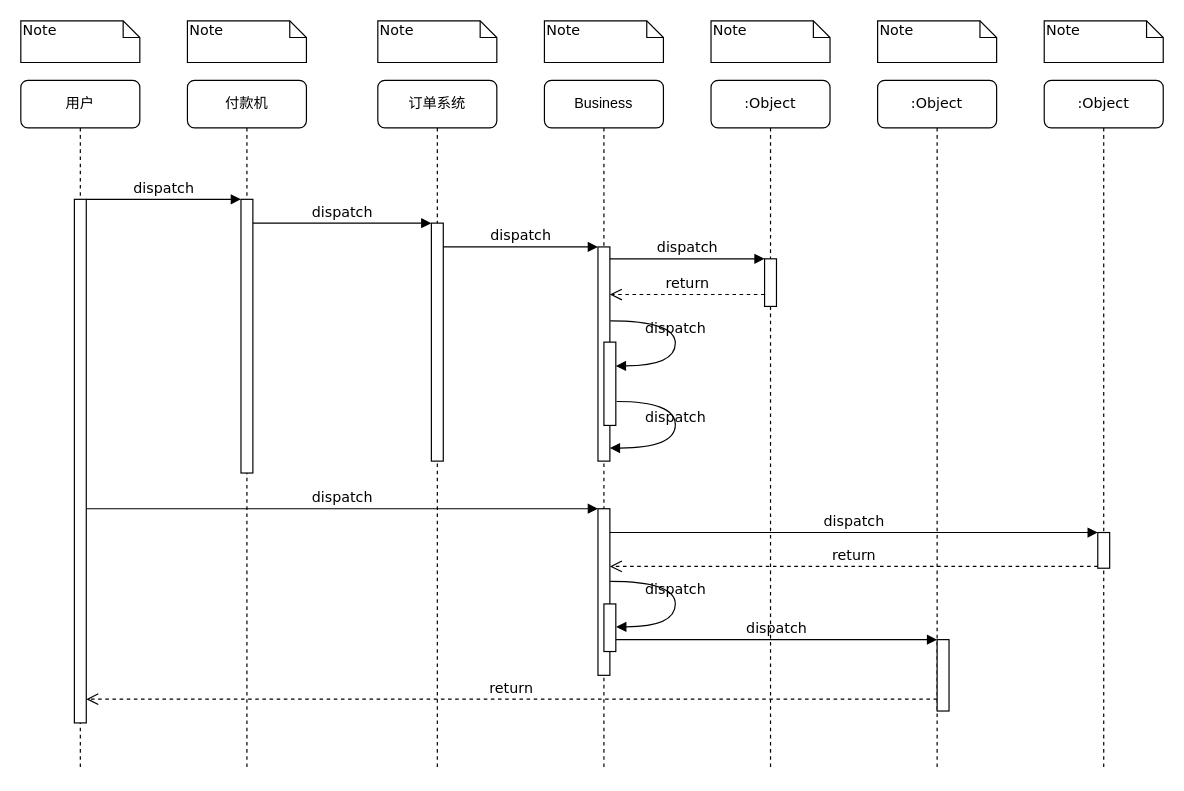
This is 组件时序图.drawio from wdnb/UML, a draw.io file, before an edit. Source tidied: cells renumbered, new cells numbered last; positions are measured from the earlier drawing's top-left corner, leaving out a move shared by most shapes. Both pictures are drawn from the tidied source at 119%, with x=0, y=0 at pixel (20, 20).
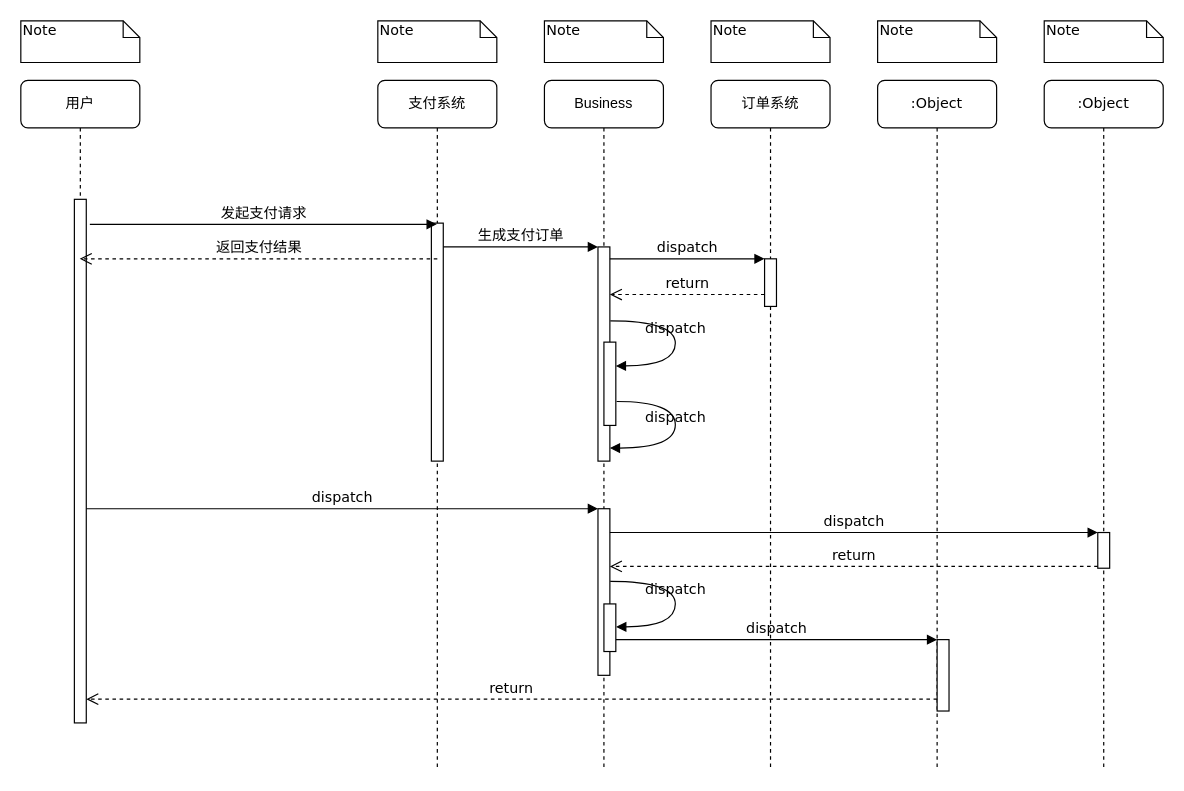
Above is the later version.

Commit message (it also covers changes not shown here):
更新组件时序图.drawio

The change refers to these unchanged cells:
```xml
<mxCell id="5" style="html=1;points=[];perimeter=orthogonalPerimeter;rounded=0;shadow=0;comic=0;labelBackgroundColor=none;strokeWidth=1;fontFamily=Verdana;fontSize=12;align=center;" parent="4" vertex="1">
  <mxGeometry x="45" y="120" width="10" height="200" as="geometry" />
</mxCell>
<mxCell id="11" style="html=1;points=[];perimeter=orthogonalPerimeter;rounded=0;shadow=0;comic=0;labelBackgroundColor=none;strokeWidth=1;fontFamily=Verdana;fontSize=12;align=center;" parent="10" vertex="1">
  <mxGeometry x="45" y="100" width="10" height="440" as="geometry" />
</mxCell>
<mxCell id="12" style="html=1;points=[];perimeter=orthogonalPerimeter;rounded=0;shadow=0;comic=0;labelBackgroundColor=none;strokeWidth=1;fontFamily=Verdana;fontSize=12;align=center;" parent="1" vertex="1">
  <mxGeometry x="485" y="190" width="10" height="180" as="geometry" />
</mxCell>
```

The edit, as a diff of the source:
```diff
@@
-    <mxCell id="2" value="付款机" style="shape=umlLifeline;perimeter=lifelinePerimeter;whiteSpace=wrap;html=1;rounded=1;shadow=0;comic=0;labelBackgroundColor=none;strokeWidth=1;fontFamily=Verdana;fontSize=12;align=center;" parent="1" vertex="1">
-      <mxGeometry x="140" y="50" width="100" height="580" as="geometry" />
-    </mxCell>
-    <mxCell id="3" style="html=1;points=[];perimeter=orthogonalPerimeter;rounded=0;shadow=0;comic=0;labelBackgroundColor=none;strokeWidth=1;fontFamily=Verdana;fontSize=12;align=center;" parent="2" vertex="1">
-      <mxGeometry x="45" y="100" width="10" height="230" as="geometry" />
-    </mxCell>
-    <mxCell id="4" value="订单系统" style="shape=umlLifeline;perimeter=lifelinePerimeter;whiteSpace=wrap;html=1;outlineConnect=0;rounded=1;shadow=0;comic=0;labelBackgroundColor=none;strokeWidth=1;fontFamily=Verdana;fontSize=12;align=center;" parent="1" vertex="1">
+    <mxCell id="4" value="支付系统" style="shape=umlLifeline;perimeter=lifelinePerimeter;whiteSpace=wrap;html=1;outlineConnect=0;rounded=1;shadow=0;comic=0;labelBackgroundColor=none;strokeWidth=1;fontFamily=Verdana;fontSize=12;align=center;" parent="1" vertex="1">
       <mxGeometry x="300" y="50" width="100" height="580" as="geometry" />
     </mxCell>
@@
-    <mxCell id="7" value=":Object" style="shape=umlLifeline;perimeter=lifelinePerimeter;whiteSpace=wrap;html=1;rounded=1;shadow=0;comic=0;labelBackgroundColor=none;strokeWidth=1;fontFamily=Verdana;fontSize=12;align=center;" parent="1" vertex="1">
+    <mxCell id="7" value="订单系统" style="shape=umlLifeline;perimeter=lifelinePerimeter;whiteSpace=wrap;html=1;rounded=1;shadow=0;comic=0;labelBackgroundColor=none;strokeWidth=1;fontFamily=Verdana;fontSize=12;align=center;" parent="1" vertex="1">
       <mxGeometry x="580" y="50" width="100" height="580" as="geometry" />
     </mxCell>
@@
     <mxCell id="10" value="用户" style="shape=umlLifeline;perimeter=lifelinePerimeter;whiteSpace=wrap;html=1;outlineConnect=0;rounded=1;shadow=0;comic=0;labelBackgroundColor=none;strokeWidth=1;fontFamily=Verdana;fontSize=12;align=center;" parent="1" vertex="1">
-      <mxGeometry y="50" width="100" height="580" as="geometry" />
+      <mxGeometry y="50" width="100" height="540" as="geometry" />
     </mxCell>
@@
-    <mxCell id="13" value="dispatch" style="html=1;verticalAlign=bottom;endArrow=block;labelBackgroundColor=none;fontFamily=Verdana;fontSize=12;edgeStyle=elbowEdgeStyle;elbow=vertical;" parent="1" edge="1" source="5" target="12">
+    <mxCell id="13" value="生成支付订单" style="html=1;verticalAlign=bottom;endArrow=block;labelBackgroundColor=none;fontFamily=Verdana;fontSize=12;edgeStyle=elbowEdgeStyle;elbow=vertical;" parent="1" edge="1" source="5" target="12">
       <mxGeometry relative="1" as="geometry">
         <Array as="points">
           <mxPoint x="360" y="190" />
         </Array>
       </mxGeometry>
     </mxCell>
@@
-    <mxCell id="25" value="dispatch" style="html=1;verticalAlign=bottom;endArrow=block;entryX=0;entryY=0;labelBackgroundColor=none;fontFamily=Verdana;fontSize=12;edgeStyle=elbowEdgeStyle;elbow=vertical;" parent="1" edge="1" source="11" target="3">
-      <mxGeometry relative="1" as="geometry" />
-    </mxCell>
-    <mxCell id="26" value="dispatch" style="html=1;verticalAlign=bottom;endArrow=block;entryX=0;entryY=0;labelBackgroundColor=none;fontFamily=Verdana;fontSize=12;edgeStyle=elbowEdgeStyle;elbow=vertical;" parent="1" edge="1" source="3" target="5">
-      <mxGeometry relative="1" as="geometry" />
-    </mxCell>
@@
-    <mxCell id="33" value="Note" style="shape=note;whiteSpace=wrap;html=1;size=14;verticalAlign=top;align=left;spacingTop=-6;rounded=0;shadow=0;comic=0;labelBackgroundColor=none;strokeWidth=1;fontFamily=Verdana;fontSize=12;" parent="1" vertex="1">
-      <mxGeometry x="140" width="100" height="35" as="geometry" />
-    </mxCell>
@@
+    <mxCell id="26" value="发起支付请求" style="html=1;verticalAlign=bottom;endArrow=block;labelBackgroundColor=none;fontFamily=Verdana;fontSize=12;edgeStyle=elbowEdgeStyle;elbow=vertical;exitX=1.3;exitY=0.048;exitDx=0;exitDy=0;exitPerimeter=0;" parent="1" edge="1" source="11" target="4">
+      <mxGeometry relative="1" as="geometry" />
+    </mxCell>
+    <mxCell id="39" value="返回支付结果" style="html=1;verticalAlign=bottom;endArrow=open;dashed=1;endSize=8;labelBackgroundColor=none;fontFamily=Verdana;fontSize=12;edgeStyle=elbowEdgeStyle;elbow=vertical;exitX=0.5;exitY=0.15;exitDx=0;exitDy=0;exitPerimeter=0;" parent="1" edge="1" source="5" target="10">
+      <mxGeometry relative="1" as="geometry">
+        <Array as="points">
+          <mxPoint x="285" y="200" />
+          <mxPoint x="315" y="200" />
+        </Array>
+      </mxGeometry>
+    </mxCell>
```
